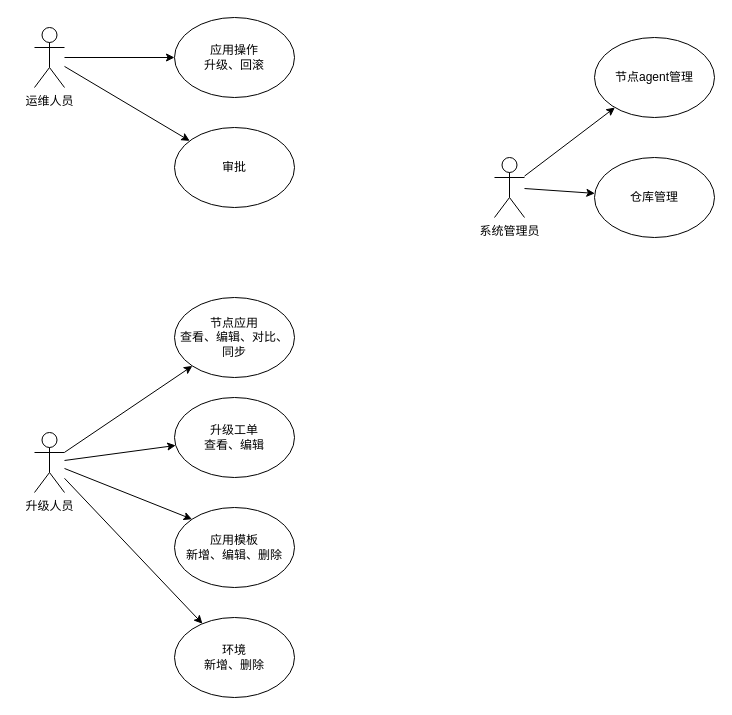
Earlier version of the draw.io diagram page "用例图" (2 of 10) of devops/upgrade.drawio (zhuoooo/doodles). Source tidied: cells renumbered, new cells numbered last; positions are measured from the earlier drawing's top-left corner, leaving out a move shared by most shapes. Both pictures are drawn from the tidied source at 100%, with x=0, y=0 at pixel (34, 17).
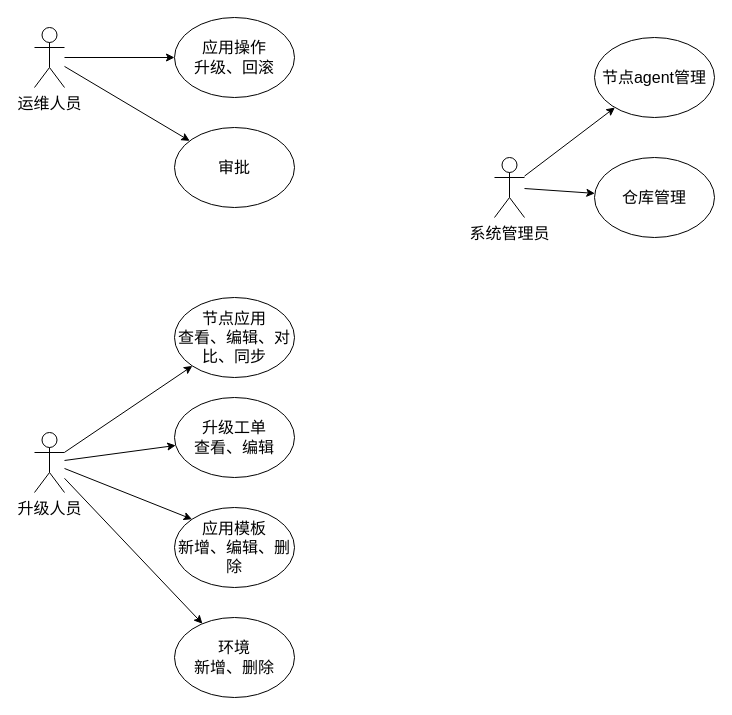
Above is the later version.

Change to the diagram source:
```diff
@@
-    <mxCell id="2" style="rounded=0;jettySize=auto;html=1;" parent="1" edge="1" source="4" target="14">
+    <mxCell id="2" style="rounded=0;jettySize=auto;html=1;fontSize=16;fontFamily=Helvetica;" parent="1" edge="1" source="4" target="14">
       <mxGeometry relative="1" as="geometry" />
     </mxCell>
-    <mxCell id="3" style="edgeStyle=none;rounded=0;jettySize=auto;html=1;" parent="1" edge="1" source="4" target="20">
+    <mxCell id="3" style="edgeStyle=none;rounded=0;jettySize=auto;html=1;fontSize=16;fontFamily=Helvetica;" parent="1" edge="1" source="4" target="20">
       <mxGeometry relative="1" as="geometry" />
     </mxCell>
-    <mxCell id="4" value="运维人员" style="shape=umlActor;verticalLabelPosition=bottom;verticalAlign=top;html=1;outlineConnect=0;" parent="1" vertex="1">
+    <mxCell id="4" value="运维人员" style="shape=umlActor;verticalLabelPosition=bottom;verticalAlign=top;html=1;outlineConnect=0;fontSize=16;fontFamily=Helvetica;" parent="1" vertex="1">
       <mxGeometry y="10" width="30" height="60" as="geometry" />
     </mxCell>
-    <mxCell id="5" style="edgeStyle=none;rounded=0;jettySize=auto;html=1;" parent="1" edge="1" source="9" target="15">
+    <mxCell id="5" style="edgeStyle=none;rounded=0;jettySize=auto;html=1;fontSize=16;fontFamily=Helvetica;" parent="1" edge="1" source="9" target="15">
       <mxGeometry relative="1" as="geometry" />
     </mxCell>
-    <mxCell id="6" style="edgeStyle=none;rounded=0;jettySize=auto;html=1;" parent="1" edge="1" source="9" target="13">
+    <mxCell id="6" style="edgeStyle=none;rounded=0;jettySize=auto;html=1;fontSize=16;fontFamily=Helvetica;" parent="1" edge="1" source="9" target="13">
       <mxGeometry relative="1" as="geometry" />
     </mxCell>
-    <mxCell id="7" style="edgeStyle=none;rounded=0;jettySize=auto;html=1;entryX=0;entryY=0;entryDx=0;entryDy=0;" parent="1" edge="1" source="9" target="16">
+    <mxCell id="7" style="edgeStyle=none;rounded=0;jettySize=auto;html=1;entryX=0;entryY=0;entryDx=0;entryDy=0;fontSize=16;fontFamily=Helvetica;" parent="1" edge="1" source="9" target="16">
       <mxGeometry relative="1" as="geometry" />
     </mxCell>
-    <mxCell id="8" style="edgeStyle=none;rounded=0;jettySize=auto;html=1;" parent="1" edge="1" source="9" target="19">
+    <mxCell id="8" style="edgeStyle=none;rounded=0;jettySize=auto;html=1;fontSize=16;fontFamily=Helvetica;" parent="1" edge="1" source="9" target="19">
       <mxGeometry relative="1" as="geometry" />
     </mxCell>
-    <mxCell id="9" value="升级人员" style="shape=umlActor;verticalLabelPosition=bottom;verticalAlign=top;html=1;outlineConnect=0;" parent="1" vertex="1">
+    <mxCell id="9" value="升级人员" style="shape=umlActor;verticalLabelPosition=bottom;verticalAlign=top;html=1;outlineConnect=0;fontSize=16;fontFamily=Helvetica;" parent="1" vertex="1">
       <mxGeometry y="415" width="30" height="60" as="geometry" />
     </mxCell>
-    <mxCell id="10" style="edgeStyle=none;rounded=0;jettySize=auto;html=1;" parent="1" edge="1" source="12" target="17">
+    <mxCell id="10" style="edgeStyle=none;rounded=0;jettySize=auto;html=1;fontSize=16;fontFamily=Helvetica;" parent="1" edge="1" source="12" target="17">
       <mxGeometry relative="1" as="geometry" />
     </mxCell>
-    <mxCell id="11" style="edgeStyle=none;rounded=0;jettySize=auto;html=1;" parent="1" edge="1" source="12" target="18">
+    <mxCell id="11" style="edgeStyle=none;rounded=0;jettySize=auto;html=1;fontSize=16;fontFamily=Helvetica;" parent="1" edge="1" source="12" target="18">
       <mxGeometry relative="1" as="geometry" />
     </mxCell>
-    <mxCell id="12" value="系统管理员" style="shape=umlActor;verticalLabelPosition=bottom;verticalAlign=top;html=1;outlineConnect=0;" parent="1" vertex="1">
+    <mxCell id="12" value="系统管理员" style="shape=umlActor;verticalLabelPosition=bottom;verticalAlign=top;html=1;outlineConnect=0;fontSize=16;fontFamily=Helvetica;" parent="1" vertex="1">
       <mxGeometry x="460" y="140" width="30" height="60" as="geometry" />
     </mxCell>
-    <mxCell id="13" value="升级工单&lt;br&gt;查看、编辑" style="ellipse;whiteSpace=wrap;html=1;" parent="1" vertex="1">
+    <mxCell id="13" value="升级工单&lt;br style=&quot;font-size: 16px;&quot;&gt;查看、编辑" style="ellipse;whiteSpace=wrap;html=1;fontSize=16;fontFamily=Helvetica;" parent="1" vertex="1">
       <mxGeometry x="140" y="380" width="120" height="80" as="geometry" />
     </mxCell>
-    <mxCell id="14" value="应用操作&lt;br&gt;升级、回滚" style="ellipse;whiteSpace=wrap;html=1;" parent="1" vertex="1">
+    <mxCell id="14" value="应用操作&lt;br style=&quot;font-size: 16px;&quot;&gt;升级、回滚" style="ellipse;whiteSpace=wrap;html=1;fontSize=16;fontFamily=Helvetica;" parent="1" vertex="1">
       <mxGeometry x="140" width="120" height="80" as="geometry" />
     </mxCell>
-    <mxCell id="15" value="节点应用&lt;br&gt;查看、编辑、对比、同步" style="ellipse;whiteSpace=wrap;html=1;" parent="1" vertex="1">
+    <mxCell id="15" value="节点应用&lt;br style=&quot;font-size: 16px;&quot;&gt;查看、编辑、对比、同步" style="ellipse;whiteSpace=wrap;html=1;fontSize=16;fontFamily=Helvetica;" parent="1" vertex="1">
       <mxGeometry x="140" y="280" width="120" height="80" as="geometry" />
     </mxCell>
-    <mxCell id="16" value="应用模板&lt;br&gt;新增、编辑、删除" style="ellipse;whiteSpace=wrap;html=1;" parent="1" vertex="1">
+    <mxCell id="16" value="应用模板&lt;br style=&quot;font-size: 16px;&quot;&gt;新增、编辑、删除" style="ellipse;whiteSpace=wrap;html=1;fontSize=16;fontFamily=Helvetica;" parent="1" vertex="1">
       <mxGeometry x="140" y="490" width="120" height="80" as="geometry" />
     </mxCell>
-    <mxCell id="17" value="节点agent管理" style="ellipse;whiteSpace=wrap;html=1;" parent="1" vertex="1">
+    <mxCell id="17" value="节点agent管理" style="ellipse;whiteSpace=wrap;html=1;fontSize=16;fontFamily=Helvetica;" parent="1" vertex="1">
       <mxGeometry x="560" y="20" width="120" height="80" as="geometry" />
     </mxCell>
-    <mxCell id="18" value="仓库管理" style="ellipse;whiteSpace=wrap;html=1;" parent="1" vertex="1">
+    <mxCell id="18" value="仓库管理" style="ellipse;whiteSpace=wrap;html=1;fontSize=16;fontFamily=Helvetica;" parent="1" vertex="1">
       <mxGeometry x="560" y="140" width="120" height="80" as="geometry" />
     </mxCell>
-    <mxCell id="19" value="环境&lt;br&gt;新增、删除" style="ellipse;whiteSpace=wrap;html=1;" parent="1" vertex="1">
+    <mxCell id="19" value="环境&lt;br style=&quot;font-size: 16px;&quot;&gt;新增、删除" style="ellipse;whiteSpace=wrap;html=1;fontSize=16;fontFamily=Helvetica;" parent="1" vertex="1">
       <mxGeometry x="140" y="600" width="120" height="80" as="geometry" />
     </mxCell>
-    <mxCell id="20" value="审批" style="ellipse;whiteSpace=wrap;html=1;" parent="1" vertex="1">
+    <mxCell id="20" value="审批" style="ellipse;whiteSpace=wrap;html=1;fontSize=16;fontFamily=Helvetica;" parent="1" vertex="1">
       <mxGeometry x="140" y="110" width="120" height="80" as="geometry" />
     </mxCell>
```
